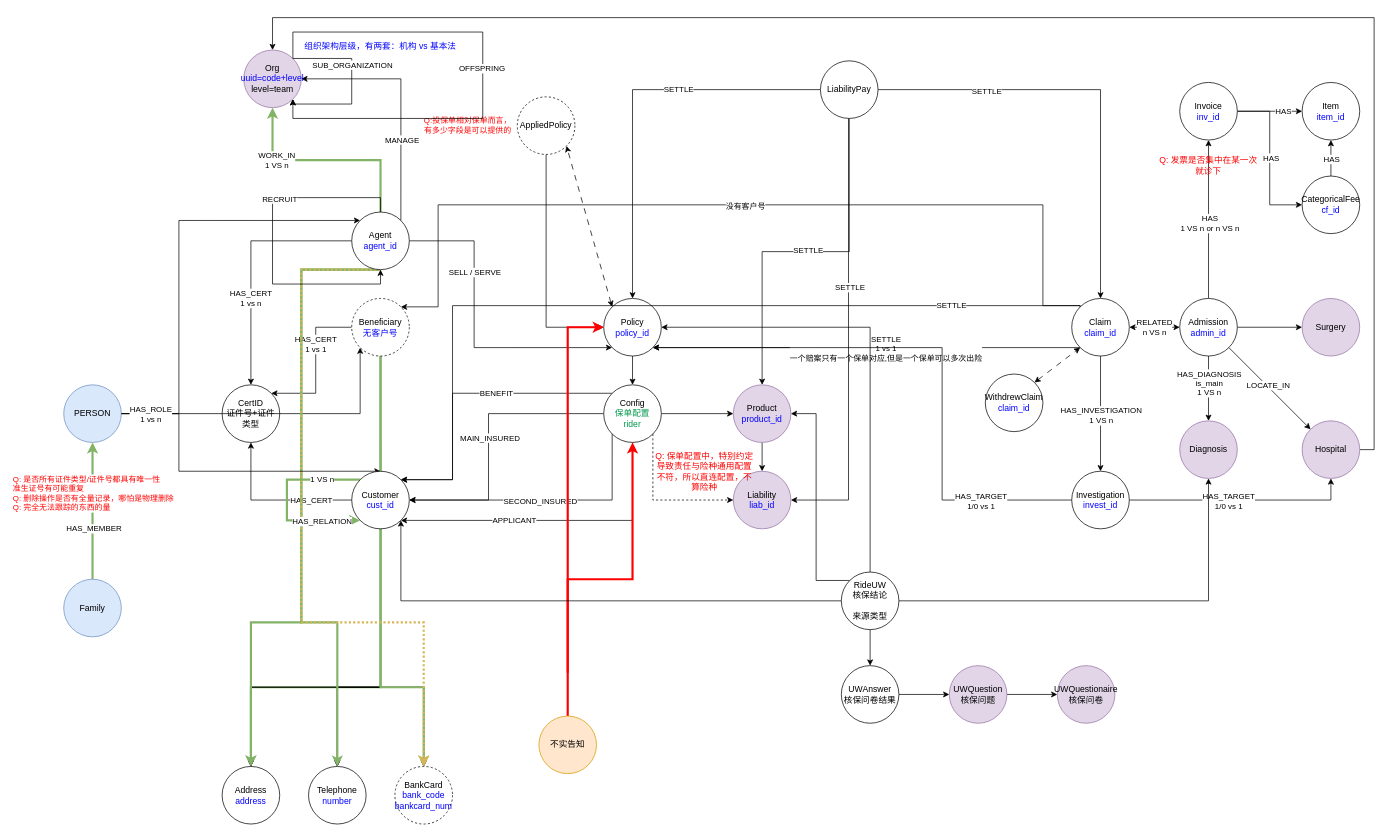
XiaoLiuAI/diagrams keeps this draw.io diagram as page "V1.2" (4 of 4) of 友邦/图拓扑设计.drawio. Above is the earlier version. Source tidied: cells renumbered, new cells numbered last; positions are measured from the earlier drawing's top-left corner, leaving out a move shared by most shapes. Both pictures are drawn from the tidied source at 72%, with x=0, y=0 at pixel (63, 17).
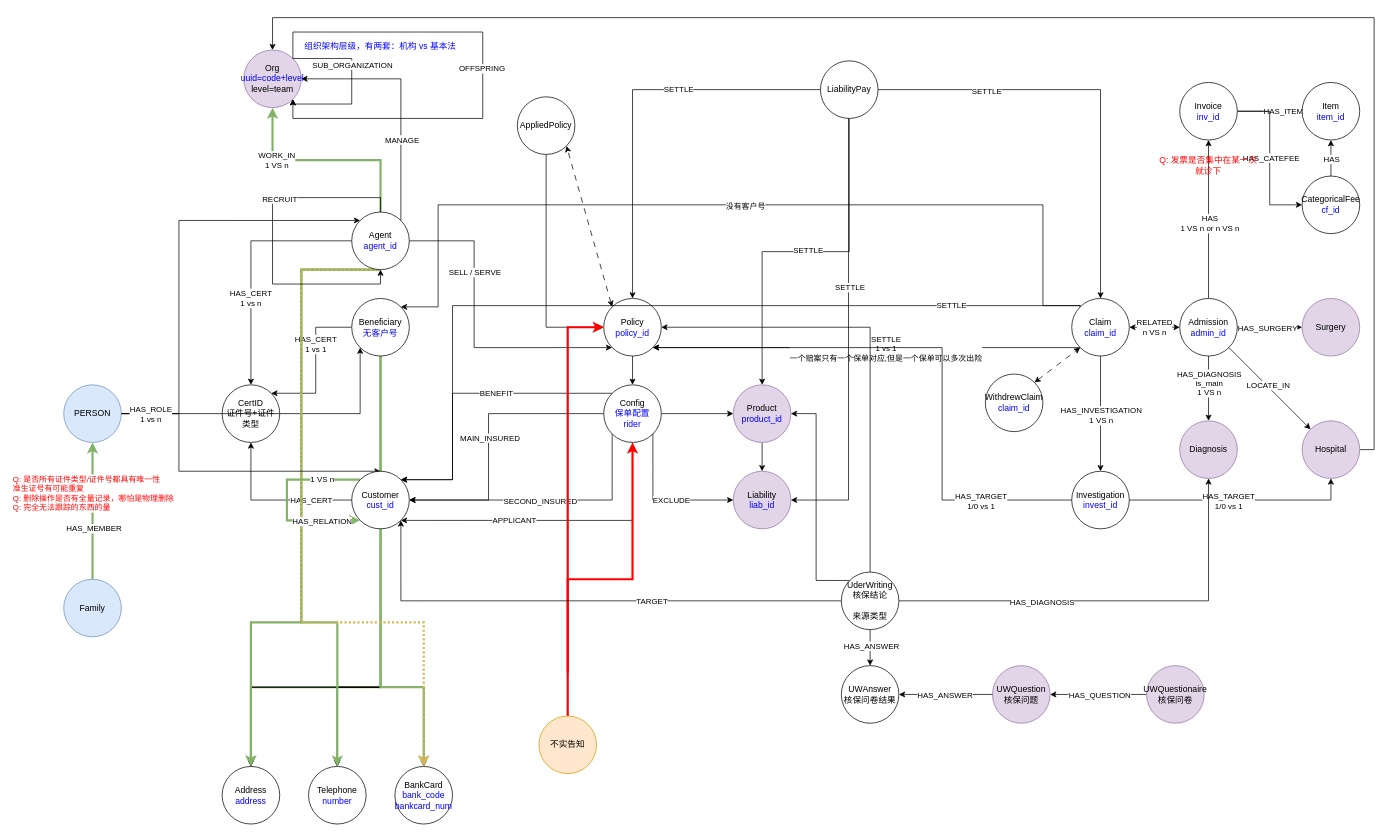
The same page after the edit.

Unchanged cells that the change refers to:
```xml
<mxCell id="36" value="Liability&lt;br&gt;&lt;font color=&quot;#0000ff&quot;&gt;liab_id&lt;/font&gt;" style="ellipse;whiteSpace=wrap;html=1;fillColor=#e1d5e7;strokeColor=#9673a6;" parent="1" vertex="1">
  <mxGeometry x="930" y="630" width="80" height="80" as="geometry" />
</mxCell>
<mxCell id="59" style="edgeStyle=orthogonalEdgeStyle;rounded=0;jettySize=auto;html=1;exitX=1;exitY=0.5;exitDx=0;exitDy=0;entryX=0;entryY=0.5;entryDx=0;entryDy=0;" parent="1" edge="1" source="62" target="73">
  <mxGeometry relative="1" as="geometry" />
</mxCell>
<mxCell id="78" style="edgeStyle=orthogonalEdgeStyle;rounded=0;jettySize=auto;html=1;exitX=1;exitY=0.5;exitDx=0;exitDy=0;" parent="1" edge="1" source="82" target="83">
  <mxGeometry relative="1" as="geometry" />
</mxCell>
<mxCell id="80" style="edgeStyle=orthogonalEdgeStyle;rounded=0;jettySize=auto;html=1;exitX=1;exitY=0.5;exitDx=0;exitDy=0;entryX=0;entryY=0.5;entryDx=0;entryDy=0;" parent="1" edge="1" source="82" target="86">
  <mxGeometry relative="1" as="geometry" />
</mxCell>
<mxCell id="107" style="endArrow=classic;startArrow=classic;html=1;rounded=0;entryX=1;entryY=1;entryDx=0;entryDy=0;exitX=0;exitY=0;exitDx=0;exitDy=0;dashed=1;dashPattern=8 8;" parent="1" edge="1" source="33" target="104">
  <mxGeometry relative="1" as="geometry" />
</mxCell>
<mxCell id="124" style="edgeStyle=orthogonalEdgeStyle;rounded=0;jettySize=auto;html=1;exitX=0;exitY=0.5;exitDx=0;exitDy=0;entryX=1;entryY=1;entryDx=0;entryDy=0;" parent="1" edge="1" source="127" target="121">
  <mxGeometry relative="1" as="geometry" />
</mxCell>
<mxCell id="125" style="edgeStyle=orthogonalEdgeStyle;rounded=0;jettySize=auto;html=1;exitX=1;exitY=0.5;exitDx=0;exitDy=0;" parent="1" edge="1" source="127" target="72">
  <mxGeometry relative="1" as="geometry" />
</mxCell>
<mxCell id="126" style="edgeStyle=orthogonalEdgeStyle;rounded=0;jettySize=auto;html=1;exitX=0.5;exitY=1;exitDx=0;exitDy=0;entryX=0.5;entryY=0;entryDx=0;entryDy=0;" parent="1" edge="1" source="127" target="131">
  <mxGeometry relative="1" as="geometry" />
</mxCell>
<mxCell id="131" value="UWAnswer&lt;br&gt;核保问卷结果" style="ellipse;whiteSpace=wrap;html=1;" parent="1" vertex="1">
  <mxGeometry x="1080" y="900" width="80" height="80" as="geometry" />
</mxCell>
```

Change to the diagram source:
```diff
@@
-    <mxCell id="23" value="Beneficiary&lt;br&gt;&lt;font color=&quot;#0000ff&quot;&gt;无客户号&lt;/font&gt;" style="ellipse;whiteSpace=wrap;html=1;dashed=1;" parent="1" vertex="1">
+    <mxCell id="23" value="Beneficiary&lt;br&gt;&lt;font color=&quot;#0000ff&quot;&gt;无客户号&lt;/font&gt;" style="ellipse;whiteSpace=wrap;html=1;" parent="1" vertex="1">
       <mxGeometry x="400" y="390" width="80" height="80" as="geometry" />
     </mxCell>
@@
-    <mxCell id="44" style="edgeStyle=orthogonalEdgeStyle;rounded=0;jettySize=auto;html=1;exitX=1;exitY=1;exitDx=0;exitDy=0;entryX=0;entryY=0.5;entryDx=0;entryDy=0;dashed=1;" parent="1" edge="1" source="45" target="36">
+    <mxCell id="44" style="edgeStyle=orthogonalEdgeStyle;rounded=0;jettySize=auto;html=1;exitX=1;exitY=1;exitDx=0;exitDy=0;entryX=0;entryY=0.5;entryDx=0;entryDy=0;" parent="1" edge="1" source="45" target="36">
       <mxGeometry relative="1" as="geometry">
         <Array as="points">
           <mxPoint x="818" y="670" />
         </Array>
       </mxGeometry>
     </mxCell>
+    <mxCell id="137" value="EXCLUDE" style="edgeLabel;html=1;align=center;verticalAlign=middle;" parent="44" vertex="1">
+      <mxGeometry x="0.15" relative="1" as="geometry" />
+    </mxCell>
-    <mxCell id="45" value="Config&lt;br&gt;&lt;font color=&quot;#00994d&quot;&gt;保单配置&lt;br&gt;rider&lt;br&gt;&lt;/font&gt;" style="ellipse;whiteSpace=wrap;html=1;" parent="1" vertex="1">
+    <mxCell id="45" value="Config&lt;br&gt;&lt;font color=&quot;#0000ff&quot;&gt;保单配置&lt;br&gt;rider&lt;/font&gt;" style="ellipse;whiteSpace=wrap;html=1;" parent="1" vertex="1">
       <mxGeometry x="750" y="510" width="80" height="80" as="geometry" />
     </mxCell>
@@
+    <mxCell id="138" value="HAS_SURGERY" style="edgeLabel;html=1;align=center;verticalAlign=middle;" parent="59" vertex="1">
+      <mxGeometry x="-0.09" y="-1" relative="1" as="geometry" />
+    </mxCell>
@@
-    <mxCell id="79" value="HAS" style="edgeLabel;html=1;align=center;verticalAlign=middle;" parent="78" vertex="1">
+    <mxCell id="79" value="HAS_ITEM" style="edgeLabel;html=1;align=center;verticalAlign=middle;" parent="78" vertex="1">
       <mxGeometry x="0.4" relative="1" as="geometry" />
     </mxCell>
@@
-    <mxCell id="81" value="HAS" style="edgeLabel;html=1;align=center;verticalAlign=middle;" parent="80" vertex="1">
+    <mxCell id="81" value="HAS_CATEFEE" style="edgeLabel;html=1;align=center;verticalAlign=middle;" parent="80" vertex="1">
       <mxGeometry x="-0.01" y="1" relative="1" as="geometry" />
     </mxCell>
@@
-    <mxCell id="104" value="AppliedPolicy" style="ellipse;whiteSpace=wrap;html=1;dashed=1;" parent="1" vertex="1">
+    <mxCell id="104" value="AppliedPolicy" style="ellipse;whiteSpace=wrap;html=1;" parent="1" vertex="1">
       <mxGeometry x="630" y="110" width="80" height="80" as="geometry" />
     </mxCell>
@@
-    <mxCell id="108" value="Q:投保单相对保单而言，&lt;br&gt;有多少字段是可以提供的" style="edgeLabel;html=1;align=center;verticalAlign=middle;fontColor=#FF0000;" parent="107" vertex="1">
-      <mxGeometry x="0.15" y="-1" relative="1" as="geometry">
-        <mxPoint x="-166" y="-123" as="offset" />
-      </mxGeometry>
-    </mxCell>
@@
-    <mxCell id="113" value="Q: 保单配置中，特别约定导致责任与险种通用配置不符，所以直连配置，不算险种" style="text;html=1;strokeColor=none;fillColor=none;align=center;verticalAlign=middle;whiteSpace=wrap;rounded=0;fontColor=#FF0000;" parent="1" vertex="1">
-      <mxGeometry x="820" y="600" width="140" height="60" as="geometry" />
-    </mxCell>
@@
-    <mxCell id="115" value="BankCard&lt;br&gt;&lt;font color=&quot;#0000ff&quot;&gt;bank_code&lt;br&gt;bankcard_num&lt;/font&gt;" style="ellipse;whiteSpace=wrap;html=1;dashed=1;" parent="1" vertex="1">
+    <mxCell id="115" value="BankCard&lt;br&gt;&lt;font color=&quot;#0000ff&quot;&gt;bank_code&lt;br&gt;bankcard_num&lt;/font&gt;" style="ellipse;whiteSpace=wrap;html=1;" parent="1" vertex="1">
       <mxGeometry x="460" y="1040" width="80" height="80" as="geometry" />
     </mxCell>
@@
+    <mxCell id="139" value="TARGET" style="edgeLabel;html=1;align=center;verticalAlign=middle;" parent="124" vertex="1">
+      <mxGeometry x="-0.27" relative="1" as="geometry" />
+    </mxCell>
@@
+    <mxCell id="140" value="HAS_DIAGNOSIS" style="edgeLabel;html=1;align=center;verticalAlign=middle;" parent="125" vertex="1">
+      <mxGeometry x="-0.34" y="-1" relative="1" as="geometry" />
+    </mxCell>
@@
+    <mxCell id="141" value="HAS_ANSWER" style="edgeLabel;html=1;align=center;verticalAlign=middle;" parent="126" vertex="1">
+      <mxGeometry x="-0.12" y="1" relative="1" as="geometry" />
+    </mxCell>
-    <mxCell id="127" value="RideUW&lt;br&gt;核保结论&lt;br&gt;&lt;br&gt;来源类型" style="ellipse;whiteSpace=wrap;html=1;" parent="1" vertex="1">
+    <mxCell id="127" value="UderWriting&lt;br&gt;核保结论&lt;br&gt;&lt;br&gt;来源类型" style="ellipse;whiteSpace=wrap;html=1;" parent="1" vertex="1">
       <mxGeometry x="1080" y="770" width="80" height="80" as="geometry" />
     </mxCell>
-    <mxCell id="128" style="edgeStyle=orthogonalEdgeStyle;rounded=0;jettySize=auto;html=1;exitX=1;exitY=0.5;exitDx=0;exitDy=0;entryX=0;entryY=0.5;entryDx=0;entryDy=0;" parent="1" edge="1" source="129" target="132">
+    <mxCell id="128" style="edgeStyle=orthogonalEdgeStyle;rounded=0;jettySize=auto;html=1;exitX=1;exitY=0.5;exitDx=0;exitDy=0;entryX=0;entryY=0.5;entryDx=0;entryDy=0;startArrow=classic;startFill=1;endArrow=none;endFill=0;" parent="1" edge="1" source="129" target="132">
       <mxGeometry relative="1" as="geometry" />
     </mxCell>
+    <mxCell id="142" value="HAS_QUESTION" style="edgeLabel;html=1;align=center;verticalAlign=middle;" parent="128" vertex="1">
+      <mxGeometry x="0.01" y="-1" relative="1" as="geometry" />
+    </mxCell>
     <mxCell id="129" value="UWQuestion&lt;br&gt;核保问题" style="ellipse;whiteSpace=wrap;html=1;fillColor=#e1d5e7;strokeColor=#9673a6;" parent="1" vertex="1">
-      <mxGeometry x="1230" y="900" width="80" height="80" as="geometry" />
+      <mxGeometry x="1290" y="900" width="80" height="80" as="geometry" />
     </mxCell>
-    <mxCell id="130" style="edgeStyle=orthogonalEdgeStyle;rounded=0;jettySize=auto;html=1;exitX=1;exitY=0.5;exitDx=0;exitDy=0;entryX=0;entryY=0.5;entryDx=0;entryDy=0;" parent="1" edge="1" source="131" target="129">
+    <mxCell id="130" style="edgeStyle=orthogonalEdgeStyle;rounded=0;jettySize=auto;html=1;exitX=1;exitY=0.5;exitDx=0;exitDy=0;entryX=0;entryY=0.5;entryDx=0;entryDy=0;startArrow=classic;startFill=1;endArrow=none;endFill=0;" parent="1" edge="1" source="131" target="129">
       <mxGeometry relative="1" as="geometry" />
     </mxCell>
+    <mxCell id="143" value="HAS_ANSWER" style="edgeLabel;html=1;align=center;verticalAlign=middle;" parent="130" vertex="1">
+      <mxGeometry x="-0.03" relative="1" as="geometry" />
+    </mxCell>
@@
     <mxCell id="132" value="UWQuestionaire&lt;br&gt;核保问卷" style="ellipse;whiteSpace=wrap;html=1;fillColor=#e1d5e7;strokeColor=#9673a6;" parent="1" vertex="1">
-      <mxGeometry x="1380" y="900" width="80" height="80" as="geometry" />
+      <mxGeometry x="1504" y="900" width="80" height="80" as="geometry" />
     </mxCell>
```
